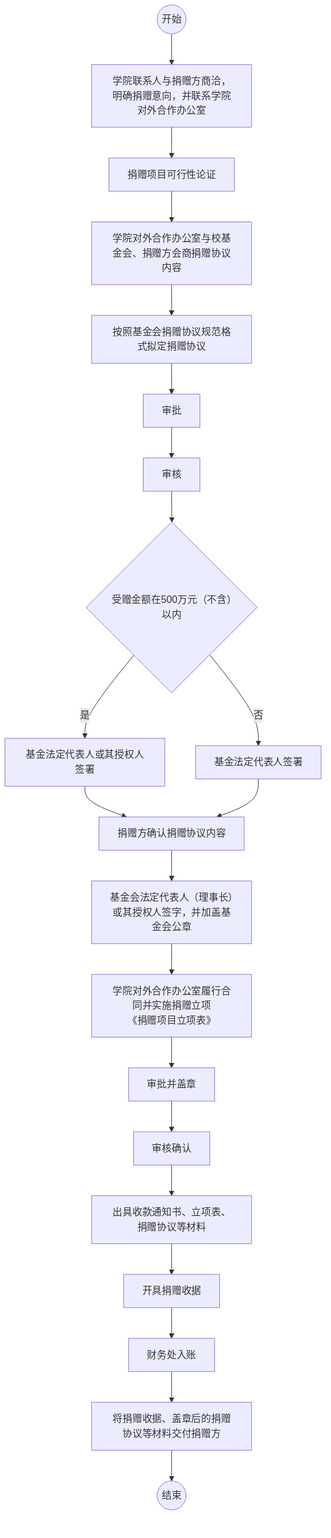
The Mermaid diagram outline2flow/flow_outputs/page_12.png in AmyIvan/work1, before a commit. Its source is kept beside it as outline2flow/mmd_outputs/page_12.mmd.
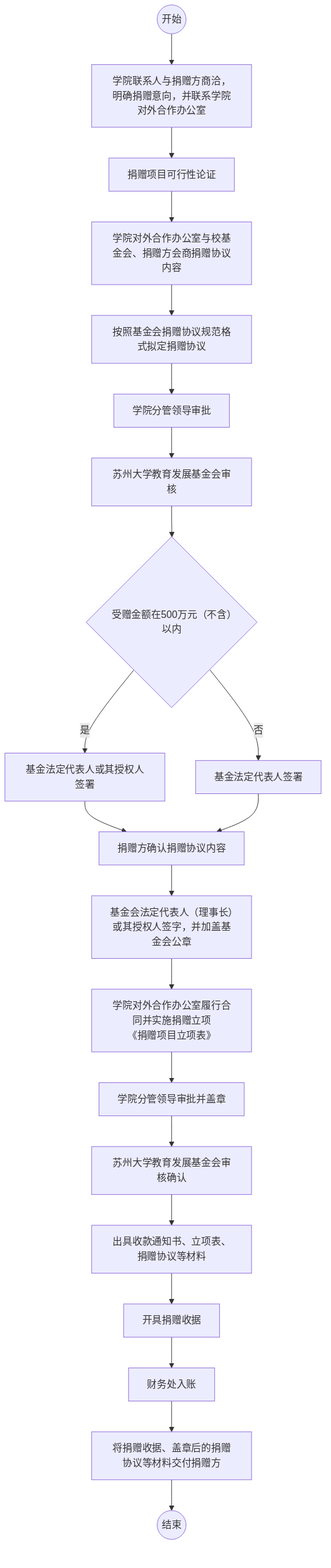
Later version of the same file.

What changed in the source:
```diff
@@ -1,42 +1,42 @@
 flowchart TD
     Start((开始))
-    A1[学院联系人与捐赠方商洽，明确捐赠意向，并联系学院对外合作办公室]
-    A2[捐赠项目可行性论证]
-    A3[学院对外合作办公室与校基金会、捐赠方会商捐赠协议内容]
-    A4[按照基金会捐赠协议规范格式拟定捐赠协议]
-    A5[审批]
-    A6[审核]
-    A7{受赠金额在500万元（不含）以内}
-    A8[基金法定代表人或其授权人签署]
-    A9[基金法定代表人签署]
-    A10[捐赠方确认捐赠协议内容]
-    A11[基金会法定代表人（理事长）或其授权人签字，并加盖基金会公章]
-    A12[学院对外合作办公室履行合同并实施捐赠立项<br>《捐赠项目立项表》]
-    A13[审批并盖章]
-    A14[审核确认]
-    A15[出具收款通知书、立项表、捐赠协议等材料]
-    A16[开具捐赠收据]
-    A17[财务处入账]
-    A18[将捐赠收据、盖章后的捐赠协议等材料交付捐赠方]
+    A[学院联系人与捐赠方商洽，明确捐赠意向，并联系学院对外合作办公室]
+    B[捐赠项目可行性论证]
+    C[学院对外合作办公室与校基金会、捐赠方会商捐赠协议内容]
+    D[按照基金会捐赠协议规范格式拟定捐赠协议]
+    E[学院分管领导审批]
+    F[苏州大学教育发展基金会审核]
+    G{受赠金额在500万元（不含）以内}
+    G_Yes[基金法定代表人或其授权人签署]
+    G_No[基金法定代表人签署]
+    H[捐赠方确认捐赠协议内容]
+    I[基金会法定代表人（理事长）或其授权人签字，并加盖基金会公章]
+    J[学院对外合作办公室履行合同并实施捐赠立项<br>《捐赠项目立项表》]
+    K[学院分管领导审批并盖章]
+    L[苏州大学教育发展基金会审核确认]
+    M[出具收款通知书、立项表、捐赠协议等材料]
+    N[开具捐赠收据]
+    O[财务处入账]
+    P[将捐赠收据、盖章后的捐赠协议等材料交付捐赠方]
     End((结束))
 
-    Start --> A1
-    A1 --> A2
-    A2 --> A3
-    A3 --> A4
-    A4 --> A5
-    A5 --> A6
-    A6 --> A7
-    A7 -- 是 --> A8
-    A7 -- 否 --> A9
-    A8 --> A10
-    A9 --> A10
-    A10 --> A11
-    A11 --> A12
-    A12 --> A13
-    A13 --> A14
-    A14 --> A15
-    A15 --> A16
-    A16 --> A17
-    A17 --> A18
-    A18 --> End
+    Start --> A
+    A --> B
+    B --> C
+    C --> D
+    D --> E
+    E --> F
+    F --> G
+    G -- 是 --> G_Yes
+    G -- 否 --> G_No
+    G_Yes --> H
+    G_No --> H
+    H --> I
+    I --> J
+    J --> K
+    K --> L
+    L --> M
+    M --> N
+    N --> O
+    O --> P
+    P --> End
```
